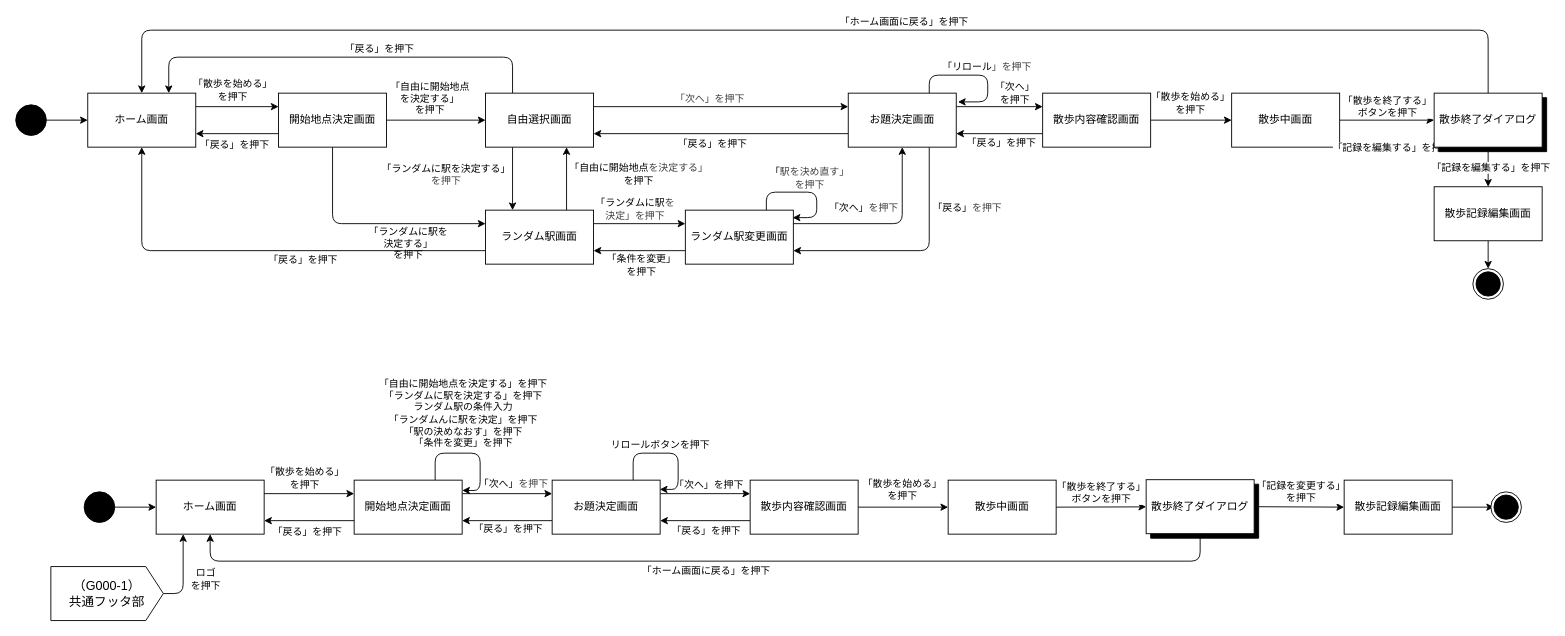
Before: page "散歩" (2 of 11) of desing/STD.dio in miyong00/ServerProgramming-2026, a draw.io diagram. Source tidied: cells renumbered, new cells numbered last; positions are measured from the earlier drawing's top-left corner, leaving out a move shared by most shapes. Both pictures are drawn from the tidied source at 90%, with x=0, y=0 at pixel (15, 30).
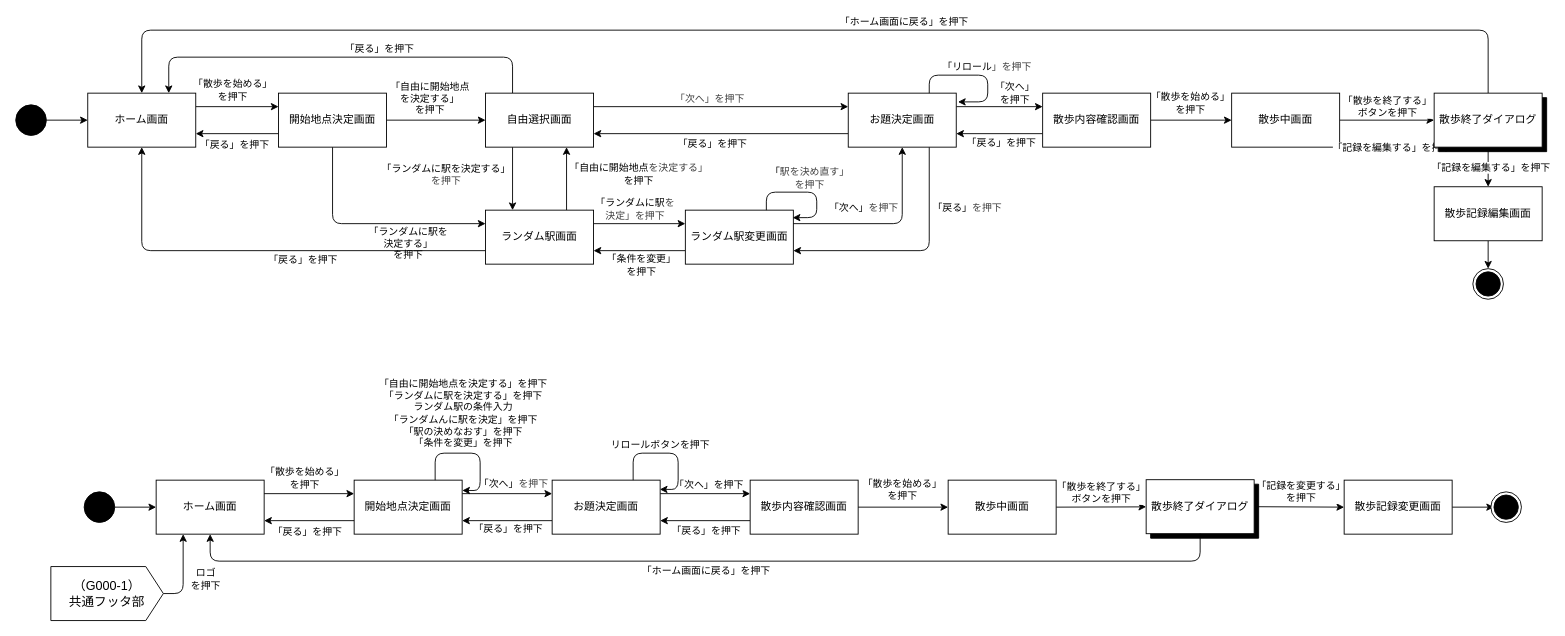
The same page after the edit.

Diff of the diagram source:
```diff
@@
-    <mxCell id="98" value="散歩記録編集画面" style="rounded=0;whiteSpace=wrap;html=1;" parent="1" vertex="1">
+    <mxCell id="98" value="散歩記録変更画面" style="rounded=0;whiteSpace=wrap;html=1;" parent="1" vertex="1">
       <mxGeometry x="1476" y="500" width="120" height="60" as="geometry" />
     </mxCell>
```
